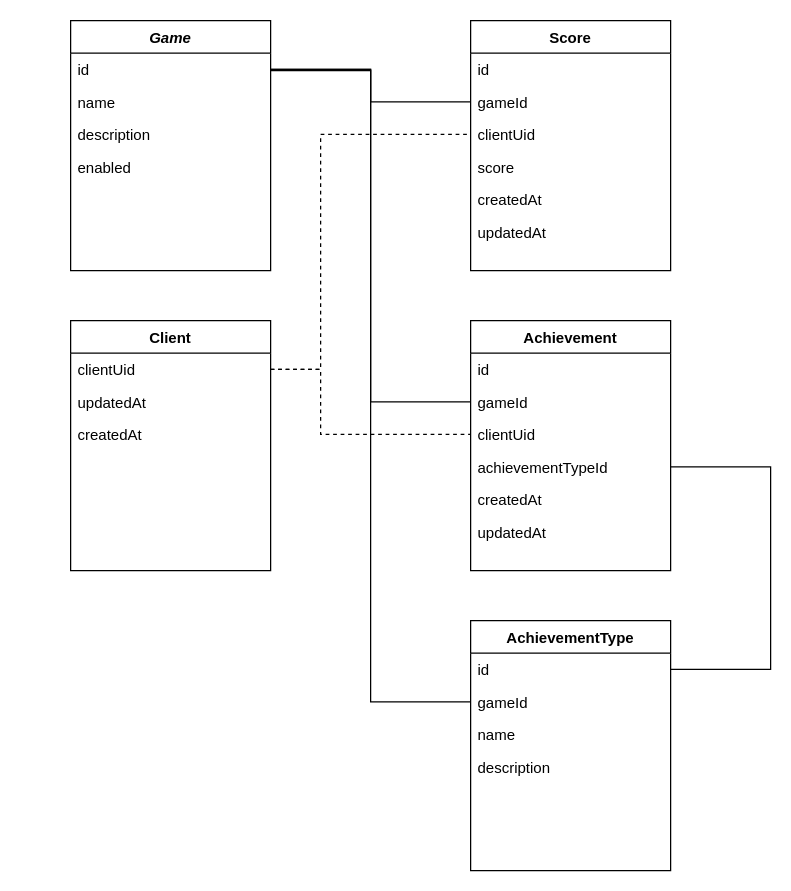
Earlier version of the draw.io diagram doc/game-score-api-db.drawio (norkator/game-score-api). Source tidied: cells renumbered, new cells numbered last; positions are measured from the earlier drawing's top-left corner, leaving out a move shared by most shapes. Both pictures are drawn from the tidied source at 125%, with x=0, y=0 at pixel (70, 20).
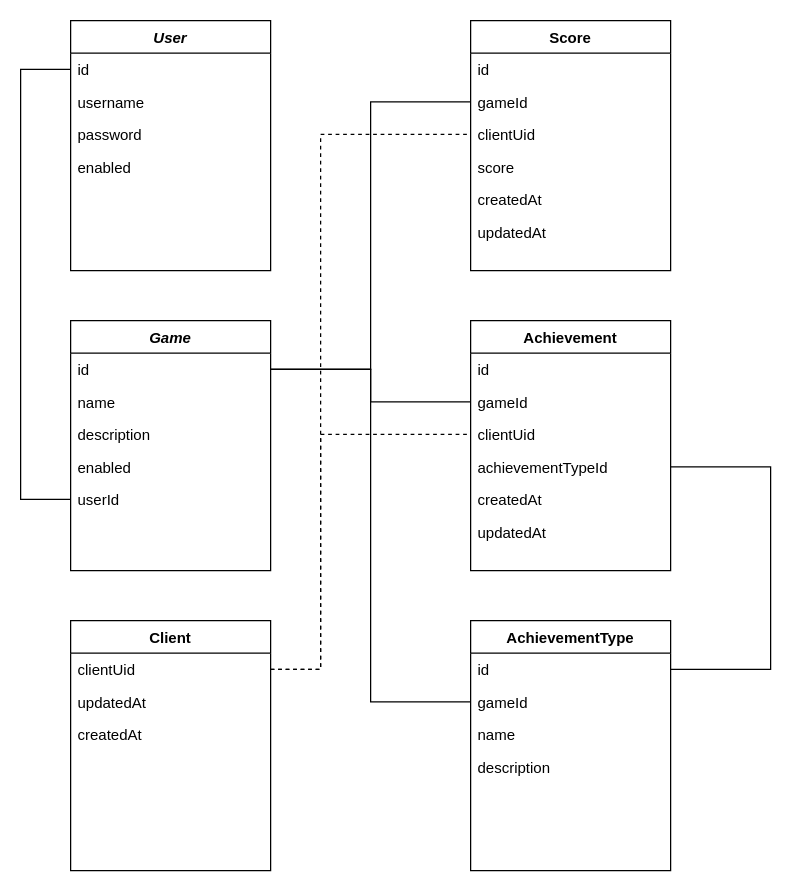
The same page after the edit.

The change refers to these unchanged cells:
```xml
<mxCell id="4" value="id" style="text;align=left;verticalAlign=top;spacingLeft=4;spacingRight=4;overflow=hidden;points=[[0,0.5],[1,0.5]];portConstraint=eastwest;" parent="3" vertex="1">
  <mxGeometry y="26" width="160" height="26" as="geometry" />
</mxCell>
<mxCell id="11" value="clientUid" style="text;align=left;verticalAlign=top;spacingLeft=4;spacingRight=4;overflow=hidden;points=[[0,0.5],[1,0.5]];portConstraint=eastwest;rounded=0;shadow=0;html=0;" parent="8" vertex="1">
  <mxGeometry y="78" width="160" height="26" as="geometry" />
</mxCell>
<mxCell id="18" value="gameId" style="text;align=left;verticalAlign=top;spacingLeft=4;spacingRight=4;overflow=hidden;points=[[0,0.5],[1,0.5]];portConstraint=eastwest;rounded=0;shadow=0;html=0;" parent="16" vertex="1">
  <mxGeometry y="52" width="160" height="26" as="geometry" />
</mxCell>
<mxCell id="19" value="clientUid" style="text;align=left;verticalAlign=top;spacingLeft=4;spacingRight=4;overflow=hidden;points=[[0,0.5],[1,0.5]];portConstraint=eastwest;rounded=0;shadow=0;html=0;" parent="16" vertex="1">
  <mxGeometry y="78" width="160" height="26" as="geometry" />
</mxCell>
<mxCell id="25" value="clientUid" style="text;align=left;verticalAlign=top;spacingLeft=4;spacingRight=4;overflow=hidden;points=[[0,0.5],[1,0.5]];portConstraint=eastwest;rounded=0;shadow=0;html=0;" parent="24" vertex="1">
  <mxGeometry y="26" width="160" height="26" as="geometry" />
</mxCell>
<mxCell id="32" value="gameId" style="text;align=left;verticalAlign=top;spacingLeft=4;spacingRight=4;overflow=hidden;points=[[0,0.5],[1,0.5]];portConstraint=eastwest;rounded=0;shadow=0;html=0;" parent="30" vertex="1">
  <mxGeometry y="52" width="160" height="26" as="geometry" />
</mxCell>
```

Diff of the diagram source:
```diff
@@
-    <mxCell id="2" style="edgeStyle=orthogonalEdgeStyle;rounded=0;jettySize=auto;html=1;entryX=0;entryY=0.5;entryDx=0;entryDy=0;endArrow=none;endFill=0;" parent="1" edge="1" target="32">
+    <mxCell id="2" style="edgeStyle=orthogonalEdgeStyle;rounded=0;jettySize=auto;html=1;entryX=0;entryY=0.5;entryDx=0;entryDy=0;endArrow=none;endFill=0;exitX=1;exitY=0.5;exitDx=0;exitDy=0;" parent="1" edge="1" source="4" target="32">
       <mxGeometry relative="1" as="geometry">
-        <mxPoint x="160" y="40" as="sourcePoint" />
         <Array as="points">
-          <mxPoint x="240" y="40" />
+          <mxPoint x="240" y="279" />
           <mxPoint x="240" y="545" />
         </Array>
       </mxGeometry>
     </mxCell>
     <mxCell id="3" value="Game" style="swimlane;fontStyle=3;align=center;verticalAlign=top;horizontal=1;startSize=26;rounded=0;shadow=0;strokeWidth=1;" parent="1" vertex="1">
-      <mxGeometry width="160" height="200" as="geometry" />
+      <mxGeometry y="240" width="160" height="200" as="geometry" />
     </mxCell>
@@
+    <mxCell id="36" value="userId" style="text;align=left;verticalAlign=top;spacingLeft=4;spacingRight=4;overflow=hidden;points=[[0,0.5],[1,0.5]];portConstraint=eastwest;rounded=0;shadow=0;html=0;" parent="3" vertex="1">
+      <mxGeometry y="130" width="160" height="26" as="geometry" />
+    </mxCell>
@@
     <mxCell id="23" style="edgeStyle=orthogonalEdgeStyle;rounded=0;jettySize=auto;html=1;entryX=0;entryY=0.5;entryDx=0;entryDy=0;startArrow=none;startFill=0;endArrow=none;endFill=0;" parent="1" edge="1" source="4" target="18">
       <mxGeometry relative="1" as="geometry">
         <Array as="points">
-          <mxPoint x="240" y="39" />
+          <mxPoint x="240" y="279" />
           <mxPoint x="240" y="305" />
         </Array>
       </mxGeometry>
     </mxCell>
     <mxCell id="24" value="Client" style="swimlane;fontStyle=1;align=center;verticalAlign=top;horizontal=1;startSize=26;rounded=0;shadow=0;strokeWidth=1;" parent="1" vertex="1">
-      <mxGeometry y="240" width="160" height="200" as="geometry" />
+      <mxGeometry y="480" width="160" height="200" as="geometry" />
     </mxCell>
@@
     <mxCell id="28" style="edgeStyle=orthogonalEdgeStyle;rounded=0;jettySize=auto;html=1;entryX=0;entryY=0.5;entryDx=0;entryDy=0;startArrow=none;startFill=0;endArrow=none;endFill=0;dashed=1;" parent="1" edge="1" source="25" target="11">
       <mxGeometry relative="1" as="geometry">
         <Array as="points">
-          <mxPoint x="200" y="279" />
+          <mxPoint x="200" y="519" />
           <mxPoint x="200" y="91" />
         </Array>
       </mxGeometry>
     </mxCell>
     <mxCell id="29" style="edgeStyle=orthogonalEdgeStyle;rounded=0;jettySize=auto;html=1;entryX=0;entryY=0.5;entryDx=0;entryDy=0;dashed=1;startArrow=none;startFill=0;endArrow=none;endFill=0;" parent="1" edge="1" source="25" target="19">
       <mxGeometry relative="1" as="geometry">
         <Array as="points">
-          <mxPoint x="200" y="279" />
+          <mxPoint x="200" y="519" />
           <mxPoint x="200" y="331" />
         </Array>
       </mxGeometry>
     </mxCell>
@@
+    <mxCell id="37" value="User" style="swimlane;fontStyle=3;align=center;verticalAlign=top;horizontal=1;startSize=26;rounded=0;shadow=0;strokeWidth=1;" parent="1" vertex="1">
+      <mxGeometry width="160" height="200" as="geometry" />
+    </mxCell>
+    <mxCell id="38" value="id" style="text;align=left;verticalAlign=top;spacingLeft=4;spacingRight=4;overflow=hidden;points=[[0,0.5],[1,0.5]];portConstraint=eastwest;" parent="37" vertex="1">
+      <mxGeometry y="26" width="160" height="26" as="geometry" />
+    </mxCell>
+    <mxCell id="39" value="username" style="text;align=left;verticalAlign=top;spacingLeft=4;spacingRight=4;overflow=hidden;rounded=0;shadow=0;html=0;" parent="37" vertex="1">
+      <mxGeometry y="52" width="160" height="26" as="geometry" />
+    </mxCell>
+    <mxCell id="40" value="password" style="text;align=left;verticalAlign=top;spacingLeft=4;spacingRight=4;overflow=hidden;rounded=0;shadow=0;html=0;" parent="37" vertex="1">
+      <mxGeometry y="78" width="160" height="26" as="geometry" />
+    </mxCell>
+    <mxCell id="41" value="enabled" style="text;align=left;verticalAlign=top;spacingLeft=4;spacingRight=4;overflow=hidden;rounded=0;shadow=0;html=0;" parent="37" vertex="1">
+      <mxGeometry y="104" width="160" height="26" as="geometry" />
+    </mxCell>
+    <mxCell id="42" style="edgeStyle=orthogonalEdgeStyle;rounded=0;jettySize=auto;html=1;entryX=0;entryY=0.5;entryDx=0;entryDy=0;endArrow=none;endFill=0;" parent="1" edge="1" source="38" target="36">
+      <mxGeometry relative="1" as="geometry">
+        <Array as="points">
+          <mxPoint x="-40" y="39" />
+          <mxPoint x="-40" y="383" />
+        </Array>
+      </mxGeometry>
+    </mxCell>
```
